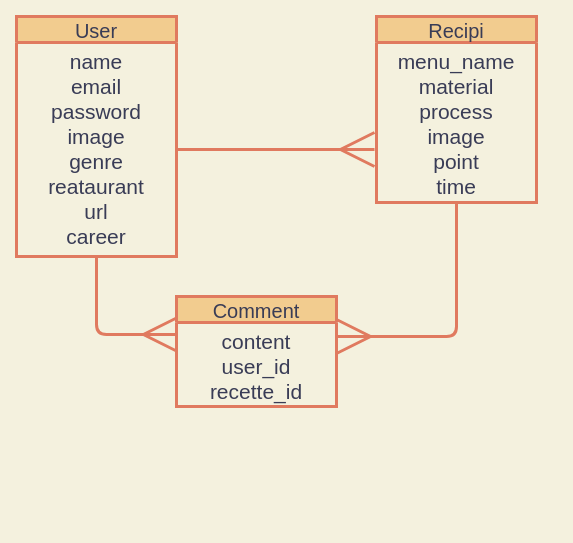
Before: app/views/manger.dio in ryoji911/manger-1, a draw.io diagram. Source tidied: cells renumbered, new cells numbered last; positions are measured from the earlier drawing's top-left corner, leaving out a move shared by most shapes. Both pictures are drawn from the tidied source at 100%, with x=0, y=0 at pixel (16, 16).
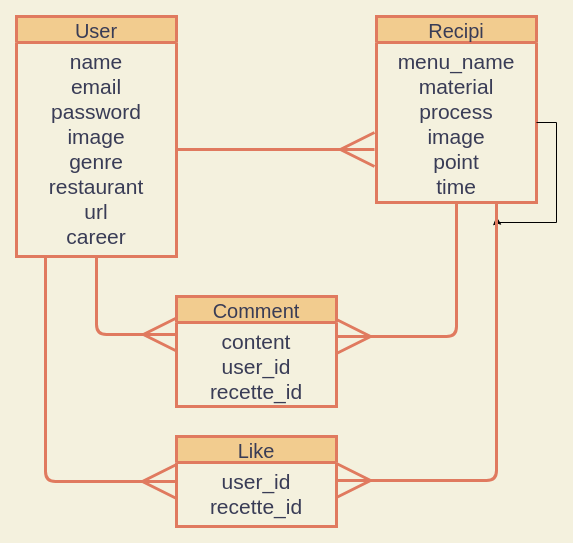
Above is the later version.

Unchanged cells that the change refers to:
```xml
<mxCell id="3" value="User" style="swimlane;fontStyle=0;horizontal=1;startSize=26;align=center;fontSize=20;strokeWidth=3;fillColor=#F2CC8F;strokeColor=#E07A5F;fontColor=#393C56;" parent="1" vertex="1">
  <mxGeometry width="160" height="240" as="geometry" />
</mxCell>
<mxCell id="6" value="Recipi" style="swimlane;fontStyle=0;horizontal=1;startSize=26;align=center;fontSize=20;strokeWidth=3;fillColor=#F2CC8F;strokeColor=#E07A5F;fontColor=#393C56;" parent="1" vertex="1">
  <mxGeometry x="360" width="160" height="186" as="geometry" />
</mxCell>
<mxCell id="7" value="menu_name&#10;material&#10;process&#10;image&#10;point&#10;time" style="text;strokeColor=none;fillColor=none;spacingLeft=4;spacingRight=4;overflow=hidden;points=[[0,0.5],[1,0.5]];portConstraint=eastwest;fontSize=21;align=center;fontColor=#393C56;" parent="6" vertex="1">
  <mxGeometry y="26" width="160" height="160" as="geometry" />
</mxCell>
```

What changed in the source:
```diff
@@
-    <mxCell id="4" value="name&#10;email&#10;password&#10;image&#10;genre&#10;reataurant&#10;url&#10;career" style="text;strokeColor=none;fillColor=none;spacingLeft=4;spacingRight=4;overflow=hidden;points=[[0,0.5],[1,0.5]];portConstraint=eastwest;fontSize=21;align=center;fontColor=#393C56;" parent="3" vertex="1">
+    <mxCell id="4" value="name&#10;email&#10;password&#10;image&#10;genre&#10;restaurant&#10;url&#10;career" style="text;strokeColor=none;fillColor=none;spacingLeft=4;spacingRight=4;overflow=hidden;points=[[0,0.5],[1,0.5]];portConstraint=eastwest;fontSize=21;align=center;fontColor=#393C56;" parent="3" vertex="1">
       <mxGeometry y="26" width="160" height="214" as="geometry" />
     </mxCell>
@@
+    <mxCell id="11" value="Like" style="swimlane;fontStyle=0;horizontal=1;startSize=26;align=center;fontSize=20;strokeWidth=3;fillColor=#F2CC8F;strokeColor=#E07A5F;fontColor=#393C56;" parent="1" vertex="1">
+      <mxGeometry x="160" y="420" width="160" height="90" as="geometry" />
+    </mxCell>
+    <mxCell id="12" value="user_id&#10;recette_id" style="text;strokeColor=none;fillColor=none;spacingLeft=4;spacingRight=4;overflow=hidden;fontSize=21;align=center;fontColor=#393C56;" parent="11" vertex="1">
+      <mxGeometry y="26" width="160" height="64" as="geometry" />
+    </mxCell>
+    <mxCell id="13" style="edgeStyle=orthogonalEdgeStyle;rounded=0;jettySize=auto;html=1;exitX=1;exitY=0.5;exitDx=0;exitDy=0;" parent="1" edge="1" source="7">
+      <mxGeometry relative="1" as="geometry">
+        <mxPoint x="480" y="200" as="targetPoint" />
+      </mxGeometry>
+    </mxCell>
+    <mxCell id="14" style="edgeStyle=orthogonalEdgeStyle;curved=0;rounded=1;sketch=0;jettySize=auto;html=1;entryX=0;entryY=0.5;entryDx=0;entryDy=0;endArrow=ERmany;endFill=0;endSize=30;strokeColor=#E07A5F;strokeWidth=3;fillColor=#F2CC8F;fontColor=#000000;" parent="1" edge="1" source="4" target="11">
+      <mxGeometry relative="1" as="geometry">
+        <Array as="points">
+          <mxPoint x="29" y="465" />
+        </Array>
+      </mxGeometry>
+    </mxCell>
+    <mxCell id="15" style="edgeStyle=orthogonalEdgeStyle;curved=0;rounded=1;sketch=0;jettySize=auto;html=1;exitX=0.75;exitY=1;exitDx=0;exitDy=0;endArrow=ERmany;endFill=0;endSize=30;strokeColor=#E07A5F;strokeWidth=3;fillColor=#F2CC8F;fontColor=#000000;" parent="1" edge="1" source="6">
+      <mxGeometry relative="1" as="geometry">
+        <mxPoint x="320" y="464" as="targetPoint" />
+        <Array as="points">
+          <mxPoint x="480" y="464" />
+        </Array>
+      </mxGeometry>
+    </mxCell>
```
